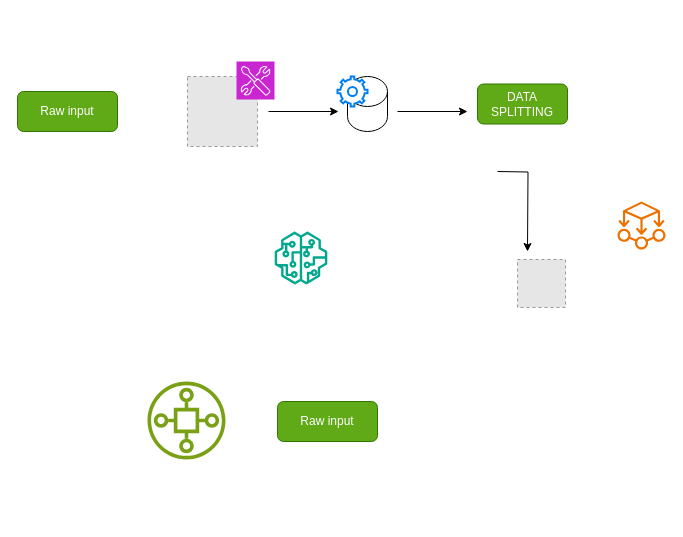
Earlier version of the draw.io diagram Methodology1.drawio (markgoli/draw.io). Source tidied: cells renumbered, new cells numbered last; positions are measured from the earlier drawing's top-left corner, leaving out a move shared by most shapes. Both pictures are drawn from the tidied source at 100%, with x=0, y=0 at pixel (17, 61). Pictures stored in the file or linked from it are replaced by grey dashed boxes.
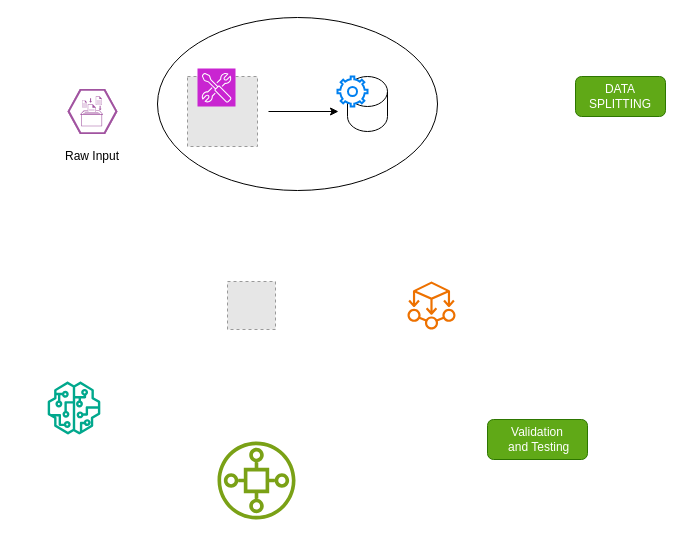
The same diagram, later.

The edit, as a diff of the source:
```diff
@@
 <mxGraphModel>
   <root>
     <mxCell id="0" />
     <mxCell id="1" parent="0" />
-    <mxCell id="2" value="Raw input" style="rounded=1;whiteSpace=wrap;html=1;fillColor=#60a917;strokeColor=#2D7600;fontColor=#ffffff;" parent="1" vertex="1">
-      <mxGeometry y="30" width="100" height="40" as="geometry" />
-    </mxCell>
+    <mxCell id="16" style="ellipse;whiteSpace=wrap;html=1;" parent="1" vertex="1">
+      <mxGeometry x="140" y="-44" width="280" height="173" as="geometry" />
+    </mxCell>
     <mxCell id="3" style="shape=cylinder3;whiteSpace=wrap;html=1;boundedLbl=1;backgroundOutline=1;size=15;" parent="1" vertex="1">
       <mxGeometry x="330" y="15" width="40" height="55" as="geometry" />
     </mxCell>
     <mxCell id="4" style="edgeStyle=orthogonalEdgeStyle;rounded=0;orthogonalLoop=1;jettySize=auto;html=1;exitX=1;exitY=0.5;exitDx=0;exitDy=0;" parent="1" edge="1">
       <mxGeometry relative="1" as="geometry">
         <mxPoint x="251" y="50" as="sourcePoint" />
         <mxPoint x="321" y="50" as="targetPoint" />
       </mxGeometry>
     </mxCell>
     <mxCell id="5" style="fillColor=#E6E6E6;strokeColor=#999999;dashed=1;html=1;verticalAlign=top;verticalLabelPosition=bottom;labelBackgroundColor=#ffffff;" parent="1" vertex="1">
       <mxGeometry x="170" y="15" width="70" height="70" as="geometry" />
     </mxCell>
     <mxCell id="6" value="DATA SPLITTING" style="rounded=1;whiteSpace=wrap;html=1;fillColor=#60a917;strokeColor=#2D7600;fontColor=#ffffff;" parent="1" vertex="1">
-      <mxGeometry x="460" y="22.5" width="90" height="40" as="geometry" />
+      <mxGeometry x="558" y="15" width="90" height="40" as="geometry" />
     </mxCell>
     <mxCell id="7" style="fillColor=#E6E6E6;strokeColor=#999999;dashed=1;html=1;verticalAlign=top;verticalLabelPosition=bottom;labelBackgroundColor=#ffffff;" parent="1" vertex="1">
-      <mxGeometry x="500" y="198" width="48" height="48" as="geometry" />
+      <mxGeometry x="210" y="220" width="48" height="48" as="geometry" />
     </mxCell>
     <mxCell id="8" style="html=1;verticalLabelPosition=bottom;align=center;labelBackgroundColor=#ffffff;verticalAlign=top;strokeWidth=2;strokeColor=#0080F0;shadow=0;dashed=0;shape=mxgraph.ios7.icons.settings;" parent="1" vertex="1">
       <mxGeometry x="320" y="15" width="30" height="30" as="geometry" />
     </mxCell>
     <mxCell id="9" style="sketch=0;fontColor=#232F3E;gradientColor=none;fillColor=#ED7100;strokeColor=none;dashed=0;verticalLabelPosition=bottom;verticalAlign=top;align=center;html=1;fontSize=12;fontStyle=0;shape=mxgraph.aws4.ec2_aws_microservice_extractor_for_net;" parent="1" vertex="1">
-      <mxGeometry x="600" y="140" width="48" height="48" as="geometry" />
+      <mxGeometry x="390" y="220" width="48" height="48" as="geometry" />
     </mxCell>
     <mxCell id="10" style="sketch=0;fontColor=#232F3E;gradientColor=none;fillColor=#01A88D;strokeColor=none;dashed=0;verticalLabelPosition=bottom;verticalAlign=top;align=center;html=1;fontSize=12;fontStyle=0;shape=mxgraph.aws4.sagemaker_model;" parent="1" vertex="1">
-      <mxGeometry x="257" y="170" width="53" height="53" as="geometry" />
+      <mxGeometry x="30" y="320" width="53" height="53" as="geometry" />
     </mxCell>
     <mxCell id="11" style="sketch=0;fontColor=#232F3E;gradientColor=none;fillColor=#7AA116;strokeColor=none;dashed=0;verticalLabelPosition=bottom;verticalAlign=top;align=center;html=1;fontSize=12;fontStyle=0;shape=mxgraph.aws4.iot_sitewise_asset_model;" parent="1" vertex="1">
-      <mxGeometry x="130" y="320" width="78" height="78" as="geometry" />
+      <mxGeometry x="200" y="380" width="78" height="78" as="geometry" />
     </mxCell>
-    <mxCell id="12" value="Raw input" style="rounded=1;whiteSpace=wrap;html=1;fillColor=#60a917;strokeColor=#2D7600;fontColor=#ffffff;" parent="1" vertex="1">
-      <mxGeometry x="260" y="340" width="100" height="40" as="geometry" />
+    <mxCell id="12" value="Validation&lt;div&gt;&amp;nbsp;and Testing&lt;/div&gt;" style="rounded=1;whiteSpace=wrap;html=1;fillColor=#60a917;strokeColor=#2D7600;fontColor=#ffffff;" parent="1" vertex="1">
+      <mxGeometry x="470" y="358" width="100" height="40" as="geometry" />
     </mxCell>
     <mxCell id="13" style="sketch=0;fontColor=#232F3E;fillColor=#C925D1;strokeColor=#ffffff;dashed=0;verticalLabelPosition=bottom;verticalAlign=top;align=center;html=1;fontSize=12;fontStyle=0;shape=mxgraph.aws4.resourceIcon;resIcon=mxgraph.aws4.developer_tools;" parent="1" vertex="1">
-      <mxGeometry x="219" width="38" height="38" as="geometry" />
+      <mxGeometry x="180" y="7" width="38" height="38" as="geometry" />
     </mxCell>
-    <mxCell id="14" style="edgeStyle=orthogonalEdgeStyle;rounded=0;orthogonalLoop=1;jettySize=auto;html=1;exitX=1;exitY=0.5;exitDx=0;exitDy=0;" parent="1" edge="1">
-      <mxGeometry relative="1" as="geometry">
-        <mxPoint x="380" y="50" as="sourcePoint" />
-        <mxPoint x="450" y="50" as="targetPoint" />
-      </mxGeometry>
-    </mxCell>
-    <mxCell id="15" style="edgeStyle=orthogonalEdgeStyle;rounded=0;orthogonalLoop=1;jettySize=auto;html=1;" parent="1" edge="1">
-      <mxGeometry relative="1" as="geometry">
-        <mxPoint x="480" y="110" as="sourcePoint" />
-        <mxPoint x="510" y="190" as="targetPoint" />
-      </mxGeometry>
-    </mxCell>
+    <mxCell id="17" style="verticalLabelPosition=bottom;sketch=0;html=1;fillColor=#A153A0;strokeColor=#ffffff;verticalAlign=top;align=center;shape=mxgraph.cisco_safe.compositeIcon;bgIcon=mxgraph.cisco_safe.design.blank_device;resIcon=mxgraph.cisco_safe.design.log_collector_2;" parent="1" vertex="1">
+      <mxGeometry x="50" y="27.5" width="50" height="45" as="geometry" />
+    </mxCell>
+    <mxCell id="18" value="Raw Input" style="text;html=1;align=center;verticalAlign=middle;whiteSpace=wrap;rounded=0;" parent="1" vertex="1">
+      <mxGeometry x="45" y="80" width="60" height="30" as="geometry" />
+    </mxCell>
   </root>
 </mxGraphModel>
```
